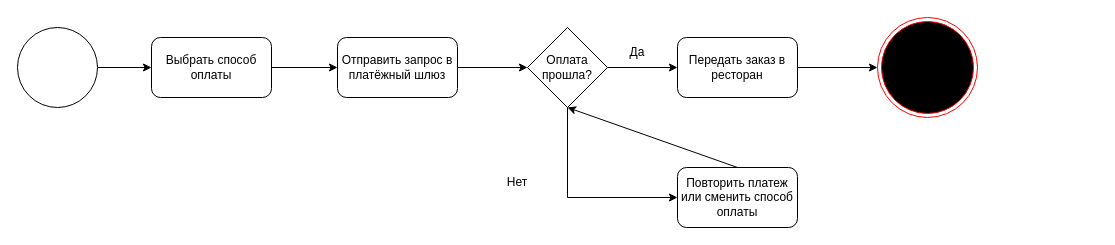
Before: lab1/diagrams/activity.drawio in fomchenkovad24-cmd/visual-programming-labs-Fomchenkov, a draw.io diagram. Source tidied: cells renumbered, new cells numbered last; positions are measured from the earlier drawing's top-left corner, leaving out a move shared by most shapes. Both pictures are drawn from the tidied source at 100%, with x=0, y=0 at pixel (17, 17).
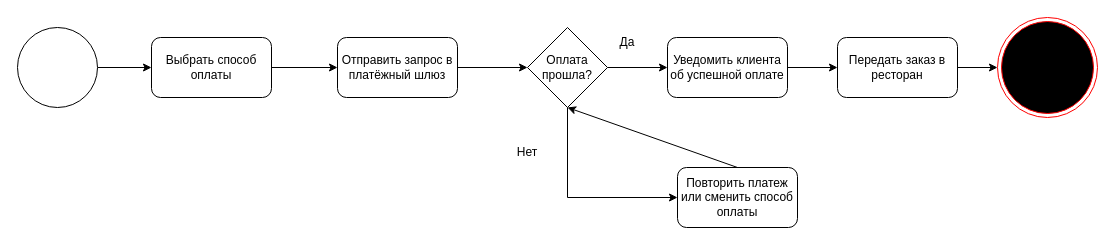
The same diagram, later.

Commit message (it also covers changes not shown here):
Update UML: add minor element

The edit, as a diff of the source:
```diff
@@
 <mxGraphModel>
   <root>
     <mxCell id="0" />
     <mxCell id="1" parent="0" />
     <mxCell id="2" style="edgeStyle=orthogonalEdgeStyle;rounded=0;jettySize=auto;html=1;" parent="1" edge="1" source="3" target="5">
       <mxGeometry relative="1" as="geometry" />
     </mxCell>
     <mxCell id="3" value="&lt;div&gt;&lt;br/&gt;&lt;/div&gt;" style="ellipse;whiteSpace=wrap;html=1;shapeInside=1;" parent="1" vertex="1">
       <mxGeometry y="10" width="80" height="80" as="geometry" />
     </mxCell>
     <mxCell id="4" style="edgeStyle=orthogonalEdgeStyle;rounded=0;jettySize=auto;html=1;" parent="1" edge="1" source="5" target="10">
       <mxGeometry relative="1" as="geometry" />
     </mxCell>
     <mxCell id="5" value="Выбрать способ оплаты" style="rounded=1;whiteSpace=wrap;html=1;" parent="1" vertex="1">
       <mxGeometry x="134" y="20" width="120" height="60" as="geometry" />
     </mxCell>
     <mxCell id="6" style="edgeStyle=orthogonalEdgeStyle;rounded=0;jettySize=auto;html=1;" parent="1" edge="1" source="7" target="13">
       <mxGeometry relative="1" as="geometry" />
     </mxCell>
     <mxCell id="7" value="Передать заказ в ресторан" style="rounded=1;whiteSpace=wrap;html=1;" parent="1" vertex="1">
-      <mxGeometry x="660" y="20" width="120" height="60" as="geometry" />
+      <mxGeometry x="820" y="20" width="120" height="60" as="geometry" />
     </mxCell>
     <mxCell id="8" value="Повторить платеж или сменить способ оплаты" style="rounded=1;whiteSpace=wrap;html=1;" parent="1" vertex="1">
       <mxGeometry x="660" y="150" width="120" height="60" as="geometry" />
     </mxCell>
     <mxCell id="9" style="edgeStyle=orthogonalEdgeStyle;rounded=0;jettySize=auto;html=1;" parent="1" edge="1" source="10" target="12">
       <mxGeometry relative="1" as="geometry" />
     </mxCell>
     <mxCell id="10" value="Отправить запрос в платёжный шлюз" style="rounded=1;whiteSpace=wrap;html=1;" parent="1" vertex="1">
       <mxGeometry x="320" y="20" width="120" height="60" as="geometry" />
     </mxCell>
-    <mxCell id="11" style="edgeStyle=orthogonalEdgeStyle;rounded=0;jettySize=auto;html=1;" parent="1" edge="1" source="12" target="7">
-      <mxGeometry relative="1" as="geometry" />
-    </mxCell>
+    <mxCell id="18" style="edgeStyle=orthogonalEdgeStyle;rounded=0;jettySize=auto;html=1;" parent="1" edge="1" source="12" target="20">
+      <mxGeometry relative="1" as="geometry" />
+    </mxCell>
     <mxCell id="12" value="Оплата прошла?" style="rhombus;whiteSpace=wrap;html=1;shapeInside=1;" parent="1" vertex="1">
       <mxGeometry x="510" y="10" width="80" height="80" as="geometry" />
     </mxCell>
     <mxCell id="13" style="ellipse;html=1;shape=endState;fillColor=#000000;strokeColor=#ff0000;" parent="1" vertex="1">
-      <mxGeometry x="860" width="100" height="100" as="geometry" />
+      <mxGeometry x="980" width="100" height="100" as="geometry" />
     </mxCell>
     <mxCell id="14" style="endArrow=classic;html=1;rounded=0;entryX=0;entryY=0.5;entryDx=0;entryDy=0;exitX=0.5;exitY=1;exitDx=0;exitDy=0;edgeStyle=orthogonalEdgeStyle;startArrow=none;startFill=0;" parent="1" edge="1" source="12" target="8">
       <mxGeometry relative="1" as="geometry" />
     </mxCell>
     <mxCell id="15" value="Нет" style="text;html=1;whiteSpace=wrap;strokeColor=none;fillColor=none;align=center;verticalAlign=middle;rounded=0;" parent="1" vertex="1">
-      <mxGeometry x="470" y="150" width="60" height="30" as="geometry" />
+      <mxGeometry x="480" y="120" width="60" height="30" as="geometry" />
     </mxCell>
     <mxCell id="16" value="Да" style="text;html=1;whiteSpace=wrap;strokeColor=none;fillColor=none;align=center;verticalAlign=middle;rounded=0;" parent="1" vertex="1">
-      <mxGeometry x="590" y="20" width="60" height="30" as="geometry" />
+      <mxGeometry x="580" y="10" width="60" height="30" as="geometry" />
     </mxCell>
     <mxCell id="17" style="endArrow=none;startArrow=classic;html=1;rounded=0;exitX=0.5;exitY=1;exitDx=0;exitDy=0;entryX=0.5;entryY=0;entryDx=0;entryDy=0;endFill=0;" parent="1" edge="1" source="12" target="8">
       <mxGeometry relative="1" as="geometry" />
     </mxCell>
+    <mxCell id="19" style="edgeStyle=orthogonalEdgeStyle;rounded=0;jettySize=auto;html=1;" parent="1" edge="1" source="20" target="7">
+      <mxGeometry relative="1" as="geometry" />
+    </mxCell>
+    <mxCell id="20" value="Уведомить клиента об успешной оплате" style="rounded=1;whiteSpace=wrap;html=1;" parent="1" vertex="1">
+      <mxGeometry x="650" y="20" width="120" height="60" as="geometry" />
+    </mxCell>
   </root>
 </mxGraphModel>
```
